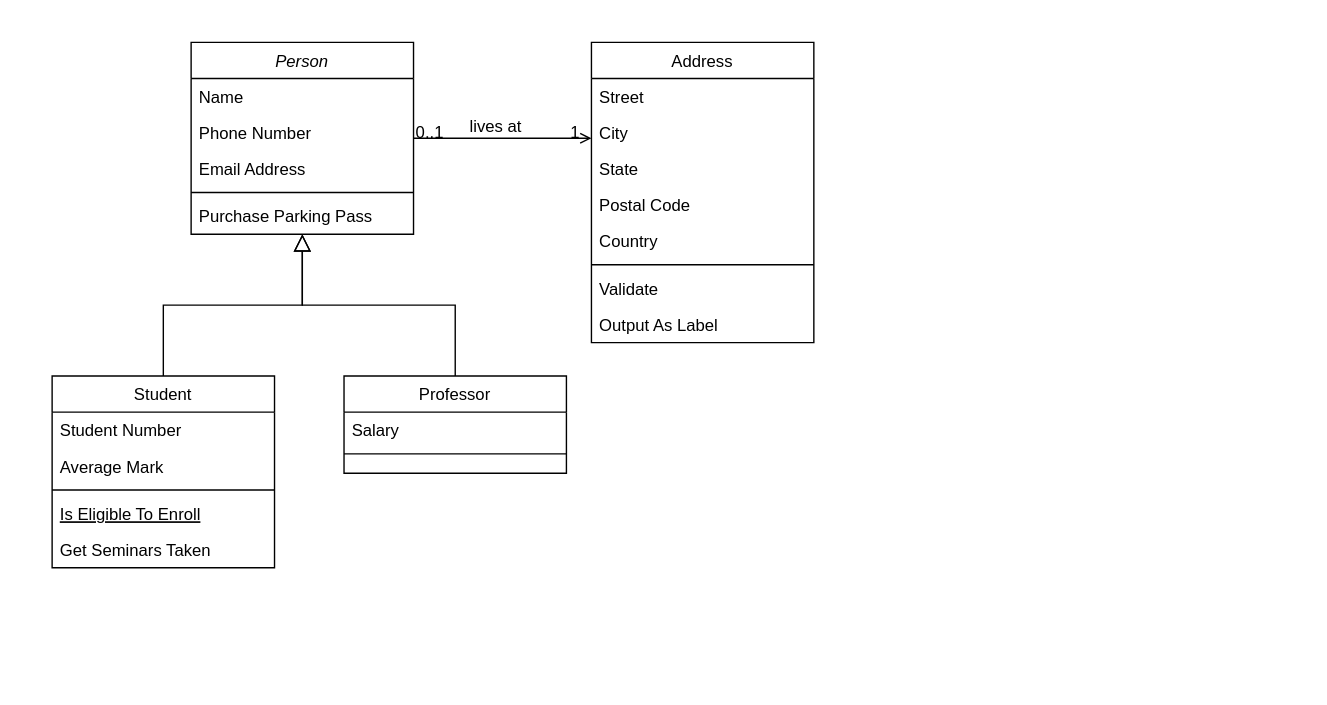
Before: Untitled Diagram.drawio in PaulThomasCodes/CSC102--Introduction-to-Programming, a draw.io diagram. Source tidied: cells renumbered, new cells numbered last; positions are measured from the earlier drawing's top-left corner, leaving out a move shared by most shapes. Both pictures are drawn from the tidied source at 139%, with x=0, y=0 at pixel (51, 42).
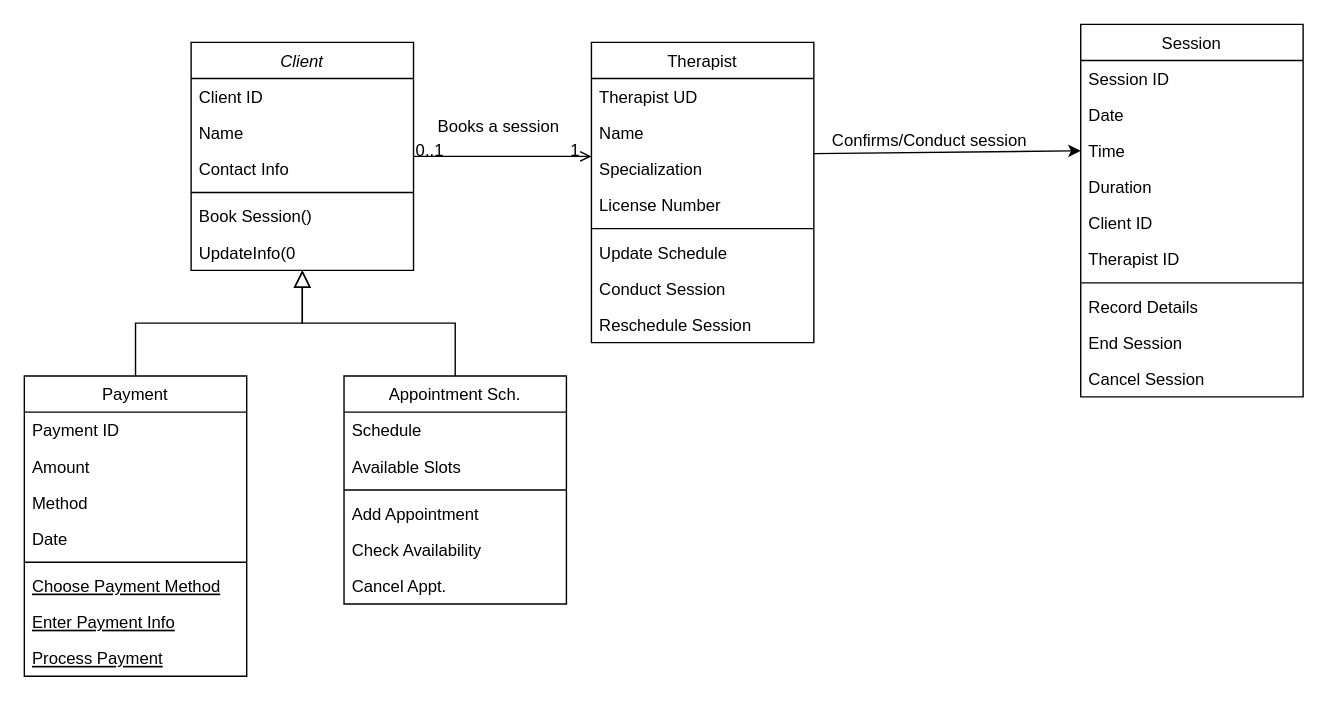
Above is the later version.

Commit message:
Hypnotherapy site UML Diagram.drawio

Unchanged cells that the change refers to:
```xml
<mxCell id="28" style="endArrow=open;shadow=0;strokeWidth=1;rounded=0;curved=0;endFill=1;edgeStyle=elbowEdgeStyle;elbow=vertical;" parent="1" edge="1" source="2" target="19">
  <mxGeometry x="0.5" y="41" relative="1" as="geometry">
    <mxPoint x="-40" y="32" as="offset" />
  </mxGeometry>
</mxCell>
```

The edit, as a diff of the source:
```diff
@@
-    <mxCell id="2" value="Person" style="swimlane;fontStyle=2;align=center;verticalAlign=top;horizontal=1;startSize=26;rounded=0;shadow=0;strokeWidth=1;" parent="1" vertex="1">
-      <mxGeometry x="100" width="160" height="138" as="geometry" />
+    <mxCell id="2" value="Client" style="swimlane;fontStyle=2;align=center;verticalAlign=top;horizontal=1;startSize=26;rounded=0;shadow=0;strokeWidth=1;" parent="1" vertex="1">
+      <mxGeometry x="100" width="160" height="164" as="geometry" />
     </mxCell>
-    <mxCell id="3" value="Name" style="text;align=left;verticalAlign=top;spacingLeft=4;spacingRight=4;overflow=hidden;" parent="2" vertex="1">
+    <mxCell id="3" value="Client ID" style="text;align=left;verticalAlign=top;spacingLeft=4;spacingRight=4;overflow=hidden;" parent="2" vertex="1">
       <mxGeometry y="26" width="160" height="26" as="geometry" />
     </mxCell>
-    <mxCell id="4" value="Phone Number" style="text;align=left;verticalAlign=top;spacingLeft=4;spacingRight=4;overflow=hidden;rounded=0;shadow=0;html=0;" parent="2" vertex="1">
+    <mxCell id="4" value="Name" style="text;align=left;verticalAlign=top;spacingLeft=4;spacingRight=4;overflow=hidden;rounded=0;shadow=0;html=0;" parent="2" vertex="1">
       <mxGeometry y="52" width="160" height="26" as="geometry" />
     </mxCell>
-    <mxCell id="5" value="Email Address" style="text;align=left;verticalAlign=top;spacingLeft=4;spacingRight=4;overflow=hidden;rounded=0;shadow=0;html=0;" parent="2" vertex="1">
+    <mxCell id="5" value="Contact Info" style="text;align=left;verticalAlign=top;spacingLeft=4;spacingRight=4;overflow=hidden;rounded=0;shadow=0;html=0;" parent="2" vertex="1">
       <mxGeometry y="78" width="160" height="26" as="geometry" />
     </mxCell>
@@
-    <mxCell id="7" value="Purchase Parking Pass" style="text;align=left;verticalAlign=top;spacingLeft=4;spacingRight=4;overflow=hidden;" parent="2" vertex="1">
+    <mxCell id="7" value="Book Session()" style="text;align=left;verticalAlign=top;spacingLeft=4;spacingRight=4;overflow=hidden;" parent="2" vertex="1">
       <mxGeometry y="112" width="160" height="26" as="geometry" />
     </mxCell>
+    <mxCell id="32" value="UpdateInfo(0" style="text;align=left;verticalAlign=top;spacingLeft=4;spacingRight=4;overflow=hidden;rounded=0;shadow=0;html=0;" parent="2" vertex="1">
+      <mxGeometry y="138" width="160" height="26" as="geometry" />
+    </mxCell>
-    <mxCell id="8" value="Student" style="swimlane;fontStyle=0;align=center;verticalAlign=top;horizontal=1;startSize=26;rounded=0;shadow=0;strokeWidth=1;" parent="1" vertex="1">
-      <mxGeometry y="240" width="160" height="138" as="geometry" />
+    <mxCell id="8" value="Payment" style="swimlane;fontStyle=0;align=center;verticalAlign=top;horizontal=1;startSize=26;rounded=0;shadow=0;strokeWidth=1;" parent="1" vertex="1">
+      <mxGeometry x="-20" y="240" width="160" height="216" as="geometry" />
     </mxCell>
-    <mxCell id="9" value="Student Number" style="text;align=left;verticalAlign=top;spacingLeft=4;spacingRight=4;overflow=hidden;" parent="8" vertex="1">
+    <mxCell id="9" value="Payment ID" style="text;align=left;verticalAlign=top;spacingLeft=4;spacingRight=4;overflow=hidden;" parent="8" vertex="1">
       <mxGeometry y="26" width="160" height="26" as="geometry" />
     </mxCell>
-    <mxCell id="10" value="Average Mark" style="text;align=left;verticalAlign=top;spacingLeft=4;spacingRight=4;overflow=hidden;rounded=0;shadow=0;html=0;" parent="8" vertex="1">
+    <mxCell id="10" value="Amount" style="text;align=left;verticalAlign=top;spacingLeft=4;spacingRight=4;overflow=hidden;rounded=0;shadow=0;html=0;" parent="8" vertex="1">
       <mxGeometry y="52" width="160" height="26" as="geometry" />
     </mxCell>
+    <mxCell id="33" value="Method" style="text;align=left;verticalAlign=top;spacingLeft=4;spacingRight=4;overflow=hidden;rounded=0;shadow=0;html=0;" parent="8" vertex="1">
+      <mxGeometry y="78" width="160" height="26" as="geometry" />
+    </mxCell>
+    <mxCell id="34" value="Date" style="text;align=left;verticalAlign=top;spacingLeft=4;spacingRight=4;overflow=hidden;rounded=0;shadow=0;html=0;" parent="8" vertex="1">
+      <mxGeometry y="104" width="160" height="26" as="geometry" />
+    </mxCell>
     <mxCell id="11" style="line;html=1;strokeWidth=1;align=left;verticalAlign=middle;spacingTop=-1;spacingLeft=3;spacingRight=3;labelPosition=right;" parent="8" vertex="1">
-      <mxGeometry y="78" width="160" height="8" as="geometry" />
+      <mxGeometry y="130" width="160" height="8" as="geometry" />
     </mxCell>
-    <mxCell id="12" value="Is Eligible To Enroll" style="text;align=left;verticalAlign=top;spacingLeft=4;spacingRight=4;overflow=hidden;fontStyle=4;" parent="8" vertex="1">
-      <mxGeometry y="86" width="160" height="26" as="geometry" />
+    <mxCell id="12" value="Choose Payment Method" style="text;align=left;verticalAlign=top;spacingLeft=4;spacingRight=4;overflow=hidden;fontStyle=4;" parent="8" vertex="1">
+      <mxGeometry y="138" width="160" height="26" as="geometry" />
     </mxCell>
-    <mxCell id="13" value="Get Seminars Taken" style="text;align=left;verticalAlign=top;spacingLeft=4;spacingRight=4;overflow=hidden;" parent="8" vertex="1">
-      <mxGeometry y="112" width="160" height="26" as="geometry" />
-    </mxCell>
+    <mxCell id="35" value="Enter Payment Info" style="text;align=left;verticalAlign=top;spacingLeft=4;spacingRight=4;overflow=hidden;fontStyle=4;" parent="8" vertex="1">
+      <mxGeometry y="164" width="160" height="26" as="geometry" />
+    </mxCell>
+    <mxCell id="36" value="Process Payment" style="text;align=left;verticalAlign=top;spacingLeft=4;spacingRight=4;overflow=hidden;fontStyle=4;" parent="8" vertex="1">
+      <mxGeometry y="190" width="160" height="26" as="geometry" />
+    </mxCell>
@@
-    <mxCell id="15" value="Professor" style="swimlane;fontStyle=0;align=center;verticalAlign=top;horizontal=1;startSize=26;rounded=0;shadow=0;strokeWidth=1;" parent="1" vertex="1">
-      <mxGeometry x="210" y="240" width="160" height="70" as="geometry" />
+    <mxCell id="15" value="Appointment Sch." style="swimlane;fontStyle=0;align=center;verticalAlign=top;horizontal=1;startSize=26;rounded=0;shadow=0;strokeWidth=1;" parent="1" vertex="1">
+      <mxGeometry x="210" y="240" width="160" height="164" as="geometry" />
     </mxCell>
-    <mxCell id="16" value="Salary" style="text;align=left;verticalAlign=top;spacingLeft=4;spacingRight=4;overflow=hidden;" parent="15" vertex="1">
+    <mxCell id="16" value="Schedule" style="text;align=left;verticalAlign=top;spacingLeft=4;spacingRight=4;overflow=hidden;" parent="15" vertex="1">
       <mxGeometry y="26" width="160" height="26" as="geometry" />
     </mxCell>
+    <mxCell id="37" value="Available Slots" style="text;align=left;verticalAlign=top;spacingLeft=4;spacingRight=4;overflow=hidden;" parent="15" vertex="1">
+      <mxGeometry y="52" width="160" height="26" as="geometry" />
+    </mxCell>
     <mxCell id="17" style="line;html=1;strokeWidth=1;align=left;verticalAlign=middle;spacingTop=-1;spacingLeft=3;spacingRight=3;labelPosition=right;" parent="15" vertex="1">
-      <mxGeometry y="52" width="160" height="8" as="geometry" />
+      <mxGeometry y="78" width="160" height="8" as="geometry" />
     </mxCell>
+    <mxCell id="38" value="Add Appointment" style="text;align=left;verticalAlign=top;spacingLeft=4;spacingRight=4;overflow=hidden;" parent="15" vertex="1">
+      <mxGeometry y="86" width="160" height="26" as="geometry" />
+    </mxCell>
+    <mxCell id="39" value="Check Availability" style="text;align=left;verticalAlign=top;spacingLeft=4;spacingRight=4;overflow=hidden;" parent="15" vertex="1">
+      <mxGeometry y="112" width="160" height="26" as="geometry" />
+    </mxCell>
+    <mxCell id="40" value="Cancel Appt." style="text;align=left;verticalAlign=top;spacingLeft=4;spacingRight=4;overflow=hidden;" parent="15" vertex="1">
+      <mxGeometry y="138" width="160" height="26" as="geometry" />
+    </mxCell>
@@
-    <mxCell id="19" value="Address" style="swimlane;fontStyle=0;align=center;verticalAlign=top;horizontal=1;startSize=26;rounded=0;shadow=0;strokeWidth=1;" parent="1" vertex="1">
+    <mxCell id="19" value="Therapist" style="swimlane;fontStyle=0;align=center;verticalAlign=top;horizontal=1;startSize=26;rounded=0;shadow=0;strokeWidth=1;" parent="1" vertex="1">
       <mxGeometry x="388" width="160" height="216" as="geometry" />
     </mxCell>
-    <mxCell id="20" value="Street" style="text;align=left;verticalAlign=top;spacingLeft=4;spacingRight=4;overflow=hidden;" parent="19" vertex="1">
+    <mxCell id="20" value="Therapist UD" style="text;align=left;verticalAlign=top;spacingLeft=4;spacingRight=4;overflow=hidden;" parent="19" vertex="1">
       <mxGeometry y="26" width="160" height="26" as="geometry" />
     </mxCell>
-    <mxCell id="21" value="City" style="text;align=left;verticalAlign=top;spacingLeft=4;spacingRight=4;overflow=hidden;rounded=0;shadow=0;html=0;" parent="19" vertex="1">
+    <mxCell id="21" value="Name" style="text;align=left;verticalAlign=top;spacingLeft=4;spacingRight=4;overflow=hidden;rounded=0;shadow=0;html=0;" parent="19" vertex="1">
       <mxGeometry y="52" width="160" height="26" as="geometry" />
     </mxCell>
-    <mxCell id="22" value="State" style="text;align=left;verticalAlign=top;spacingLeft=4;spacingRight=4;overflow=hidden;rounded=0;shadow=0;html=0;" parent="19" vertex="1">
+    <mxCell id="22" value="Specialization" style="text;align=left;verticalAlign=top;spacingLeft=4;spacingRight=4;overflow=hidden;rounded=0;shadow=0;html=0;" parent="19" vertex="1">
       <mxGeometry y="78" width="160" height="26" as="geometry" />
     </mxCell>
-    <mxCell id="23" value="Postal Code" style="text;align=left;verticalAlign=top;spacingLeft=4;spacingRight=4;overflow=hidden;rounded=0;shadow=0;html=0;" parent="19" vertex="1">
+    <mxCell id="23" value="License Number" style="text;align=left;verticalAlign=top;spacingLeft=4;spacingRight=4;overflow=hidden;rounded=0;shadow=0;html=0;" parent="19" vertex="1">
       <mxGeometry y="104" width="160" height="26" as="geometry" />
     </mxCell>
-    <mxCell id="24" value="Country" style="text;align=left;verticalAlign=top;spacingLeft=4;spacingRight=4;overflow=hidden;rounded=0;shadow=0;html=0;" parent="19" vertex="1">
-      <mxGeometry y="130" width="160" height="26" as="geometry" />
-    </mxCell>
     <mxCell id="25" style="line;html=1;strokeWidth=1;align=left;verticalAlign=middle;spacingTop=-1;spacingLeft=3;spacingRight=3;labelPosition=right;" parent="19" vertex="1">
-      <mxGeometry y="156" width="160" height="8" as="geometry" />
+      <mxGeometry y="130" width="160" height="8" as="geometry" />
     </mxCell>
-    <mxCell id="26" value="Validate" style="text;align=left;verticalAlign=top;spacingLeft=4;spacingRight=4;overflow=hidden;" parent="19" vertex="1">
-      <mxGeometry y="164" width="160" height="26" as="geometry" />
+    <mxCell id="26" value="Update Schedule" style="text;align=left;verticalAlign=top;spacingLeft=4;spacingRight=4;overflow=hidden;" parent="19" vertex="1">
+      <mxGeometry y="138" width="160" height="26" as="geometry" />
     </mxCell>
-    <mxCell id="27" value="Output As Label" style="text;align=left;verticalAlign=top;spacingLeft=4;spacingRight=4;overflow=hidden;" parent="19" vertex="1">
-      <mxGeometry y="190" width="160" height="26" as="geometry" />
+    <mxCell id="27" value="Conduct Session" style="text;align=left;verticalAlign=top;spacingLeft=4;spacingRight=4;overflow=hidden;" parent="19" vertex="1">
+      <mxGeometry y="164" width="160" height="26" as="geometry" />
     </mxCell>
+    <mxCell id="41" value="Reschedule Session" style="text;align=left;verticalAlign=top;spacingLeft=4;spacingRight=4;overflow=hidden;" parent="19" vertex="1">
+      <mxGeometry y="190" width="160" height="26" as="geometry" />
+    </mxCell>
@@
-    <mxCell id="31" value="lives at" style="text;html=1;align=center;verticalAlign=middle;labelBackgroundColor=none;rounded=0;shadow=0;strokeWidth=1;fontSize=12;" parent="28" vertex="1">
+    <mxCell id="31" value="Books a session" style="text;html=1;align=center;verticalAlign=middle;labelBackgroundColor=none;rounded=0;shadow=0;strokeWidth=1;fontSize=12;" parent="28" vertex="1">
       <mxGeometry x="0.5" y="49" relative="1" as="geometry">
-        <mxPoint x="-38" y="40" as="offset" />
+        <mxPoint x="-36" y="27" as="offset" />
       </mxGeometry>
     </mxCell>
+    <mxCell id="42" value="Confirms/Conduct session" style="text;html=1;align=center;verticalAlign=middle;labelBackgroundColor=none;rounded=0;shadow=0;strokeWidth=1;fontSize=12;" parent="28" vertex="1">
+      <mxGeometry x="0.5" y="49" relative="1" as="geometry">
+        <mxPoint x="274" y="37" as="offset" />
+      </mxGeometry>
+    </mxCell>
+    <mxCell id="43" value="Session" style="swimlane;fontStyle=0;align=center;verticalAlign=top;horizontal=1;startSize=26;rounded=0;shadow=0;strokeWidth=1;" parent="1" vertex="1">
+      <mxGeometry x="740" y="-13" width="160" height="268" as="geometry" />
+    </mxCell>
+    <mxCell id="44" value="Session ID" style="text;align=left;verticalAlign=top;spacingLeft=4;spacingRight=4;overflow=hidden;" parent="43" vertex="1">
+      <mxGeometry y="26" width="160" height="26" as="geometry" />
+    </mxCell>
+    <mxCell id="45" value="Date" style="text;align=left;verticalAlign=top;spacingLeft=4;spacingRight=4;overflow=hidden;rounded=0;shadow=0;html=0;" parent="43" vertex="1">
+      <mxGeometry y="52" width="160" height="26" as="geometry" />
+    </mxCell>
+    <mxCell id="46" value="Time" style="text;align=left;verticalAlign=top;spacingLeft=4;spacingRight=4;overflow=hidden;points=[[0,0.5],[1,0.5]];portConstraint=eastwest;rounded=0;shadow=0;html=0;" parent="43" vertex="1">
+      <mxGeometry y="78" width="160" height="26" as="geometry" />
+    </mxCell>
+    <mxCell id="47" value="Duration" style="text;align=left;verticalAlign=top;spacingLeft=4;spacingRight=4;overflow=hidden;rounded=0;shadow=0;html=0;" parent="43" vertex="1">
+      <mxGeometry y="104" width="160" height="26" as="geometry" />
+    </mxCell>
+    <mxCell id="48" value="Client ID" style="text;align=left;verticalAlign=top;spacingLeft=4;spacingRight=4;overflow=hidden;rounded=0;shadow=0;html=0;" parent="43" vertex="1">
+      <mxGeometry y="130" width="160" height="26" as="geometry" />
+    </mxCell>
+    <mxCell id="49" value="Therapist ID" style="text;align=left;verticalAlign=top;spacingLeft=4;spacingRight=4;overflow=hidden;" parent="43" vertex="1">
+      <mxGeometry y="156" width="160" height="26" as="geometry" />
+    </mxCell>
+    <mxCell id="50" style="line;html=1;strokeWidth=1;align=left;verticalAlign=middle;spacingTop=-1;spacingLeft=3;spacingRight=3;labelPosition=right;" parent="43" vertex="1">
+      <mxGeometry y="182" width="160" height="8" as="geometry" />
+    </mxCell>
+    <mxCell id="51" value="Record Details" style="text;align=left;verticalAlign=top;spacingLeft=4;spacingRight=4;overflow=hidden;" parent="43" vertex="1">
+      <mxGeometry y="190" width="160" height="26" as="geometry" />
+    </mxCell>
+    <mxCell id="52" value="End Session" style="text;align=left;verticalAlign=top;spacingLeft=4;spacingRight=4;overflow=hidden;" parent="43" vertex="1">
+      <mxGeometry y="216" width="160" height="26" as="geometry" />
+    </mxCell>
+    <mxCell id="53" value="Cancel Session" style="text;align=left;verticalAlign=top;spacingLeft=4;spacingRight=4;overflow=hidden;" parent="43" vertex="1">
+      <mxGeometry y="242" width="160" height="26" as="geometry" />
+    </mxCell>
+    <mxCell id="54" style="endArrow=classic;html=1;rounded=0;entryX=0;entryY=0.5;entryDx=0;entryDy=0;" parent="1" edge="1" target="46">
+      <mxGeometry relative="1" as="geometry">
+        <mxPoint x="548" y="80" as="sourcePoint" />
+      </mxGeometry>
+    </mxCell>
```
